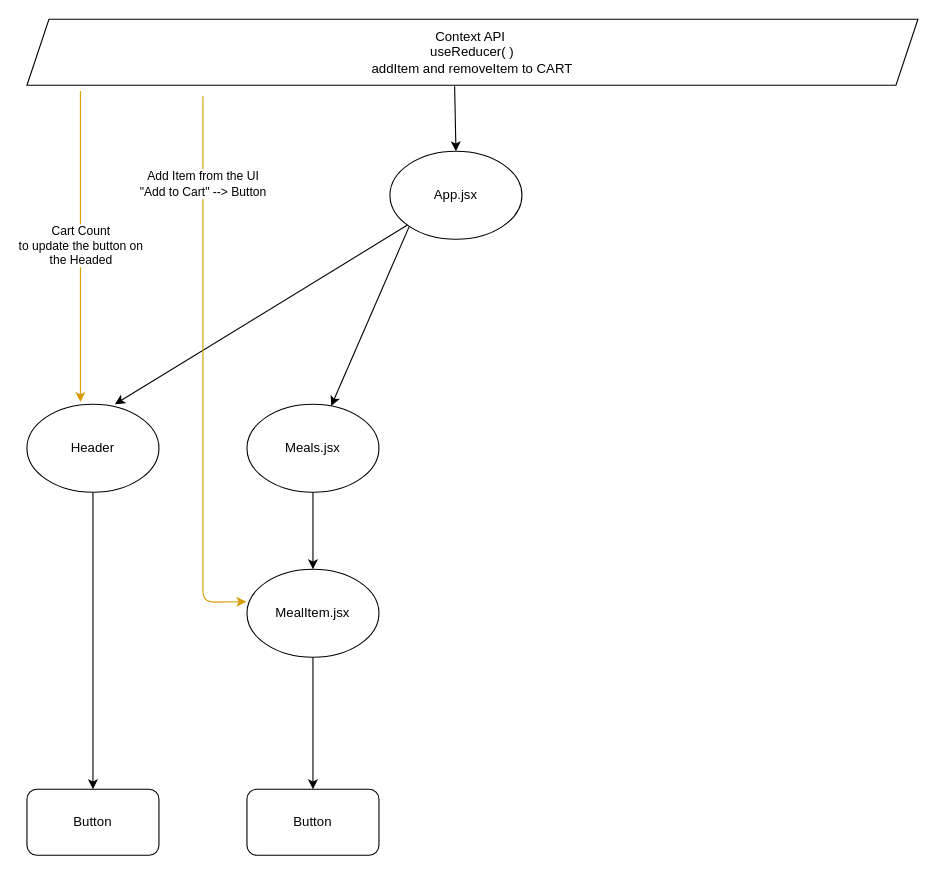
iamharie/QuickBite-Food-Order-App keeps this draw.io diagram as Project-Map/Map.drawio. Above is the earlier version. Source tidied: cells renumbered, new cells numbered last; positions are measured from the earlier drawing's top-left corner, leaving out a move shared by most shapes. Both pictures are drawn from the tidied source at 110%, with x=0, y=0 at pixel (26, 19).
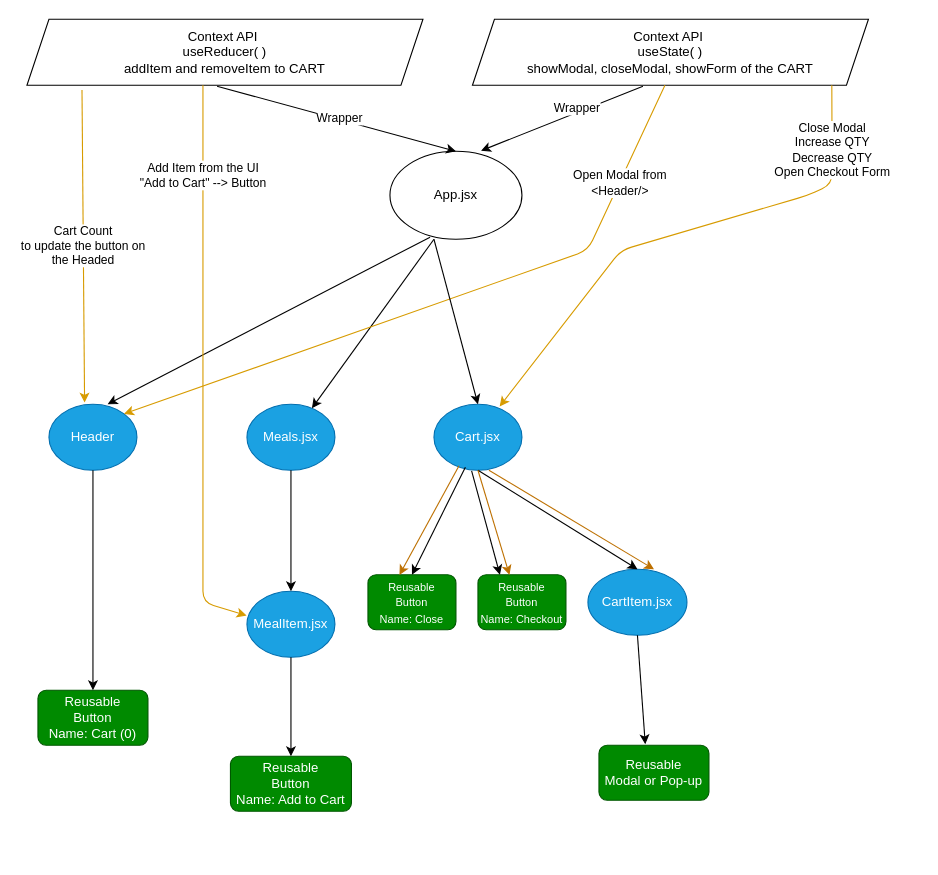
The same diagram, later.

Commit message (it also covers changes not shown here):
Developed CartItem.jsx to display the <li> of the from the <Cart/> comp and Project-Map updated

Unchanged cells that the change refers to:
```xml
<mxCell id="2" value="App.jsx" style="ellipse;whiteSpace=wrap;html=1;" parent="1" vertex="1">
  <mxGeometry x="330" y="120" width="120" height="80" as="geometry" />
</mxCell>
<mxCell id="14" style="endArrow=classic;html=1;exitX=0.48;exitY=1.015;exitDx=0;exitDy=0;entryX=0.5;entryY=0;entryDx=0;entryDy=0;exitPerimeter=0;" parent="1" edge="1" source="13" target="2">
  <mxGeometry relative="1" as="geometry" />
</mxCell>
```

The edit, as a diff of the source:
```diff
@@
-    <mxCell id="3" style="endArrow=classic;html=1;entryX=0.667;entryY=0;entryDx=0;entryDy=0;entryPerimeter=0;" parent="1" edge="1" source="2" target="4">
+    <mxCell id="3" style="endArrow=classic;html=1;entryX=0.667;entryY=0;entryDx=0;entryDy=0;entryPerimeter=0;exitX=0.304;exitY=0.976;exitDx=0;exitDy=0;exitPerimeter=0;" parent="1" edge="1" source="2" target="4">
       <mxGeometry relative="1" as="geometry" />
     </mxCell>
-    <mxCell id="4" value="Header" style="ellipse;whiteSpace=wrap;html=1;" parent="1" vertex="1">
-      <mxGeometry y="350" width="120" height="80" as="geometry" />
+    <mxCell id="4" value="Header" style="ellipse;whiteSpace=wrap;html=1;fillColor=#1ba1e2;fontColor=#ffffff;strokeColor=#006EAF;" parent="1" vertex="1">
+      <mxGeometry x="20" y="350" width="80" height="60" as="geometry" />
     </mxCell>
-    <mxCell id="5" value="Meals.jsx" style="ellipse;whiteSpace=wrap;html=1;" parent="1" vertex="1">
-      <mxGeometry x="200" y="350" width="120" height="80" as="geometry" />
+    <mxCell id="5" value="Meals.jsx" style="ellipse;whiteSpace=wrap;html=1;fillColor=#1ba1e2;fontColor=#ffffff;strokeColor=#006EAF;" parent="1" vertex="1">
+      <mxGeometry x="200" y="350" width="80" height="60" as="geometry" />
     </mxCell>
-    <mxCell id="6" value="MealItem.jsx" style="ellipse;whiteSpace=wrap;html=1;" parent="1" vertex="1">
-      <mxGeometry x="200" y="500" width="120" height="80" as="geometry" />
+    <mxCell id="6" value="MealItem.jsx" style="ellipse;whiteSpace=wrap;html=1;fillColor=#1ba1e2;fontColor=#ffffff;strokeColor=#006EAF;" parent="1" vertex="1">
+      <mxGeometry x="200" y="520" width="80" height="60" as="geometry" />
     </mxCell>
-    <mxCell id="7" value="Button" style="rounded=1;whiteSpace=wrap;html=1;" parent="1" vertex="1">
-      <mxGeometry y="700" width="120" height="60" as="geometry" />
+    <mxCell id="7" value="Reusable&lt;br&gt;Button&lt;br&gt;Name: Cart (0)" style="rounded=1;whiteSpace=wrap;html=1;fillColor=#008a00;fontColor=#ffffff;strokeColor=#005700;" parent="1" vertex="1">
+      <mxGeometry x="10" y="610" width="100" height="50" as="geometry" />
     </mxCell>
-    <mxCell id="8" value="Button" style="rounded=1;whiteSpace=wrap;html=1;" parent="1" vertex="1">
-      <mxGeometry x="200" y="700" width="120" height="60" as="geometry" />
+    <mxCell id="8" value="Reusable&lt;br&gt;Button&lt;br&gt;Name: Add to Cart" style="rounded=1;whiteSpace=wrap;html=1;fillColor=#008a00;fontColor=#ffffff;strokeColor=#005700;" parent="1" vertex="1">
+      <mxGeometry x="185" y="670" width="110" height="50" as="geometry" />
     </mxCell>
-    <mxCell id="9" style="endArrow=classic;html=1;exitX=0;exitY=1;exitDx=0;exitDy=0;" parent="1" edge="1" source="2" target="5">
-      <mxGeometry relative="1" as="geometry" />
+    <mxCell id="9" style="endArrow=classic;html=1;" parent="1" edge="1" target="5">
+      <mxGeometry relative="1" as="geometry">
+        <mxPoint x="370" y="200" as="sourcePoint" />
+      </mxGeometry>
     </mxCell>
@@
     <mxCell id="13" value="Context API&amp;nbsp;&lt;br&gt;useReducer( )&lt;br&gt;addItem and removeItem to CART" style="shape=parallelogram;perimeter=parallelogramPerimeter;whiteSpace=wrap;html=1;fixedSize=1;" parent="1" vertex="1">
-      <mxGeometry width="810" height="60" as="geometry" />
+      <mxGeometry width="360" height="60" as="geometry" />
     </mxCell>
@@
+    <mxCell id="17" value="Wrapper" style="edgeLabel;html=1;align=center;verticalAlign=middle;" parent="14" vertex="1">
+      <mxGeometry x="0.01" y="1" relative="1" as="geometry" />
+    </mxCell>
-    <mxCell id="15" value="Cart Count&lt;br&gt;to update the button on&lt;br&gt;the Headed" style="endArrow=classic;html=1;exitX=0.06;exitY=1.089;exitDx=0;exitDy=0;exitPerimeter=0;entryX=0.405;entryY=-0.025;entryDx=0;entryDy=0;entryPerimeter=0;fillColor=#ffcd28;strokeColor=#d79b00;gradientColor=#ffa500;" parent="1" edge="1" source="13" target="4">
+    <mxCell id="15" value="Cart Count&lt;br&gt;to update the button on&lt;br&gt;the Headed" style="endArrow=classic;html=1;entryX=0.405;entryY=-0.025;entryDx=0;entryDy=0;entryPerimeter=0;fillColor=#ffcd28;strokeColor=#d79b00;gradientColor=#ffa500;exitX=0.139;exitY=1.072;exitDx=0;exitDy=0;exitPerimeter=0;" parent="1" edge="1" source="13" target="4">
       <mxGeometry relative="1" as="geometry" />
     </mxCell>
     <mxCell id="16" value="Add Item from the UI&lt;br&gt;&quot;Add to Cart&quot; --&amp;gt; Button" style="endArrow=classic;html=1;fillColor=#ffcd28;strokeColor=#d79b00;gradientColor=#ffa500;entryX=-0.004;entryY=0.368;entryDx=0;entryDy=0;entryPerimeter=0;" parent="1" edge="1" target="6">
       <mxGeometry x="-0.68" relative="1" as="geometry">
-        <mxPoint x="160" y="70" as="sourcePoint" />
+        <mxPoint x="160" y="60" as="sourcePoint" />
         <Array as="points">
           <mxPoint x="160" y="530" />
         </Array>
       </mxGeometry>
     </mxCell>
+    <mxCell id="18" value="Context API&amp;nbsp;&lt;br&gt;useState( )&lt;br&gt;showModal, closeModal, showForm of the CART" style="shape=parallelogram;perimeter=parallelogramPerimeter;whiteSpace=wrap;html=1;fixedSize=1;" parent="1" vertex="1">
+      <mxGeometry x="405" width="360" height="60" as="geometry" />
+    </mxCell>
+    <mxCell id="19" style="endArrow=classic;html=1;exitX=0.48;exitY=1.015;exitDx=0;exitDy=0;entryX=0.69;entryY=-0.006;entryDx=0;entryDy=0;exitPerimeter=0;entryPerimeter=0;" parent="1" edge="1" target="2">
+      <mxGeometry relative="1" as="geometry">
+        <mxPoint x="560" y="60.9" as="sourcePoint" />
+      </mxGeometry>
+    </mxCell>
+    <mxCell id="20" value="Wrapper" style="edgeLabel;html=1;align=center;verticalAlign=middle;" parent="19" vertex="1">
+      <mxGeometry x="-0.21" y="-4" relative="1" as="geometry" />
+    </mxCell>
+    <mxCell id="21" value="Open Modal from&lt;br&gt;&amp;lt;Header/&amp;gt;" style="endArrow=classic;html=1;fillColor=#ffcd28;strokeColor=#d79b00;gradientColor=#ffa500;entryX=1;entryY=0;entryDx=0;entryDy=0;" parent="1" edge="1" target="4">
+      <mxGeometry x="-0.68" relative="1" as="geometry">
+        <mxPoint x="580" y="60" as="sourcePoint" />
+        <Array as="points">
+          <mxPoint x="510" y="210" />
+        </Array>
+      </mxGeometry>
+    </mxCell>
+    <mxCell id="22" value="Cart.jsx" style="ellipse;whiteSpace=wrap;html=1;fillColor=#1ba1e2;fontColor=#ffffff;strokeColor=#006EAF;" parent="1" vertex="1">
+      <mxGeometry x="370" y="350" width="80" height="60" as="geometry" />
+    </mxCell>
+    <mxCell id="23" style="endArrow=classic;html=1;entryX=0.5;entryY=0;entryDx=0;entryDy=0;" parent="1" edge="1" target="22">
+      <mxGeometry relative="1" as="geometry">
+        <mxPoint x="370" y="200" as="sourcePoint" />
+      </mxGeometry>
+    </mxCell>
+    <mxCell id="24" value="CartItem.jsx" style="ellipse;whiteSpace=wrap;html=1;fillColor=#1ba1e2;fontColor=#ffffff;strokeColor=#006EAF;" parent="1" vertex="1">
+      <mxGeometry x="510" y="500" width="90" height="60" as="geometry" />
+    </mxCell>
+    <mxCell id="25" style="endArrow=classic;html=1;entryX=0.5;entryY=0;entryDx=0;entryDy=0;exitX=0.5;exitY=1;exitDx=0;exitDy=0;" parent="1" edge="1" source="22" target="24">
+      <mxGeometry relative="1" as="geometry" />
+    </mxCell>
+    <mxCell id="26" value="Reusable&lt;br&gt;Modal or Pop-up" style="rounded=1;whiteSpace=wrap;html=1;fillColor=#008a00;fontColor=#ffffff;strokeColor=#005700;" parent="1" vertex="1">
+      <mxGeometry x="520" y="660" width="100" height="50" as="geometry" />
+    </mxCell>
+    <mxCell id="27" style="endArrow=classic;html=1;entryX=0.421;entryY=-0.017;entryDx=0;entryDy=0;exitX=0.5;exitY=1;exitDx=0;exitDy=0;entryPerimeter=0;" parent="1" edge="1" source="24" target="26">
+      <mxGeometry relative="1" as="geometry" />
+    </mxCell>
+    <mxCell id="28" value="&lt;font style=&quot;font-size: 10px;&quot;&gt;Reusable&lt;br&gt;Button&lt;br&gt;Name: Close&lt;/font&gt;" style="rounded=1;whiteSpace=wrap;html=1;fillColor=#008a00;fontColor=#ffffff;strokeColor=#005700;" parent="1" vertex="1">
+      <mxGeometry x="310" y="505" width="80" height="50" as="geometry" />
+    </mxCell>
+    <mxCell id="29" value="&lt;font style=&quot;font-size: 10px;&quot;&gt;Reusable&lt;br&gt;Button&lt;br&gt;Name: Checkout&lt;/font&gt;" style="rounded=1;whiteSpace=wrap;html=1;fillColor=#008a00;fontColor=#ffffff;strokeColor=#005700;" parent="1" vertex="1">
+      <mxGeometry x="410" y="505" width="80" height="50" as="geometry" />
+    </mxCell>
+    <mxCell id="30" style="endArrow=classic;html=1;entryX=0.5;entryY=0;entryDx=0;entryDy=0;exitX=0.357;exitY=0.953;exitDx=0;exitDy=0;exitPerimeter=0;" parent="1" edge="1" source="22" target="28">
+      <mxGeometry relative="1" as="geometry" />
+    </mxCell>
+    <mxCell id="31" style="endArrow=classic;html=1;entryX=0.25;entryY=0;entryDx=0;entryDy=0;exitX=0.428;exitY=1.011;exitDx=0;exitDy=0;exitPerimeter=0;" parent="1" edge="1" source="22" target="29">
+      <mxGeometry relative="1" as="geometry" />
+    </mxCell>
+    <mxCell id="32" value="Close Modal&lt;br&gt;Increase QTY&lt;br&gt;Decrease QTY&lt;br&gt;Open Checkout Form" style="endArrow=classic;html=1;fillColor=#ffcd28;strokeColor=#d79b00;gradientColor=#ffa500;entryX=0.747;entryY=0.033;entryDx=0;entryDy=0;entryPerimeter=0;" parent="1" edge="1" target="22">
+      <mxGeometry x="-0.75" relative="1" as="geometry">
+        <mxPoint x="731.7" y="60" as="sourcePoint" />
+        <Array as="points">
+          <mxPoint x="732" y="150" />
+          <mxPoint x="710" y="160" />
+          <mxPoint x="540" y="210" />
+        </Array>
+      </mxGeometry>
+    </mxCell>
+    <mxCell id="33" style="endArrow=classic;html=1;fontSize=10;entryX=0.667;entryY=0;entryDx=0;entryDy=0;entryPerimeter=0;fillColor=#f0a30a;strokeColor=#BD7000;" parent="1" edge="1" target="24">
+      <mxGeometry relative="1" as="geometry">
+        <mxPoint x="420" y="410" as="sourcePoint" />
+      </mxGeometry>
+    </mxCell>
+    <mxCell id="34" style="endArrow=classic;html=1;fontSize=10;entryX=0.358;entryY=0.003;entryDx=0;entryDy=0;entryPerimeter=0;fillColor=#f0a30a;strokeColor=#BD7000;" parent="1" edge="1" target="29">
+      <mxGeometry relative="1" as="geometry">
+        <mxPoint x="410" y="410" as="sourcePoint" />
+      </mxGeometry>
+    </mxCell>
+    <mxCell id="35" style="endArrow=classic;html=1;fontSize=10;entryX=0.358;entryY=0.003;entryDx=0;entryDy=0;fillColor=#f0a30a;strokeColor=#BD7000;exitX=0.285;exitY=0.932;exitDx=0;exitDy=0;exitPerimeter=0;entryPerimeter=0;" parent="1" edge="1" source="22" target="28">
+      <mxGeometry relative="1" as="geometry" />
+    </mxCell>
```
